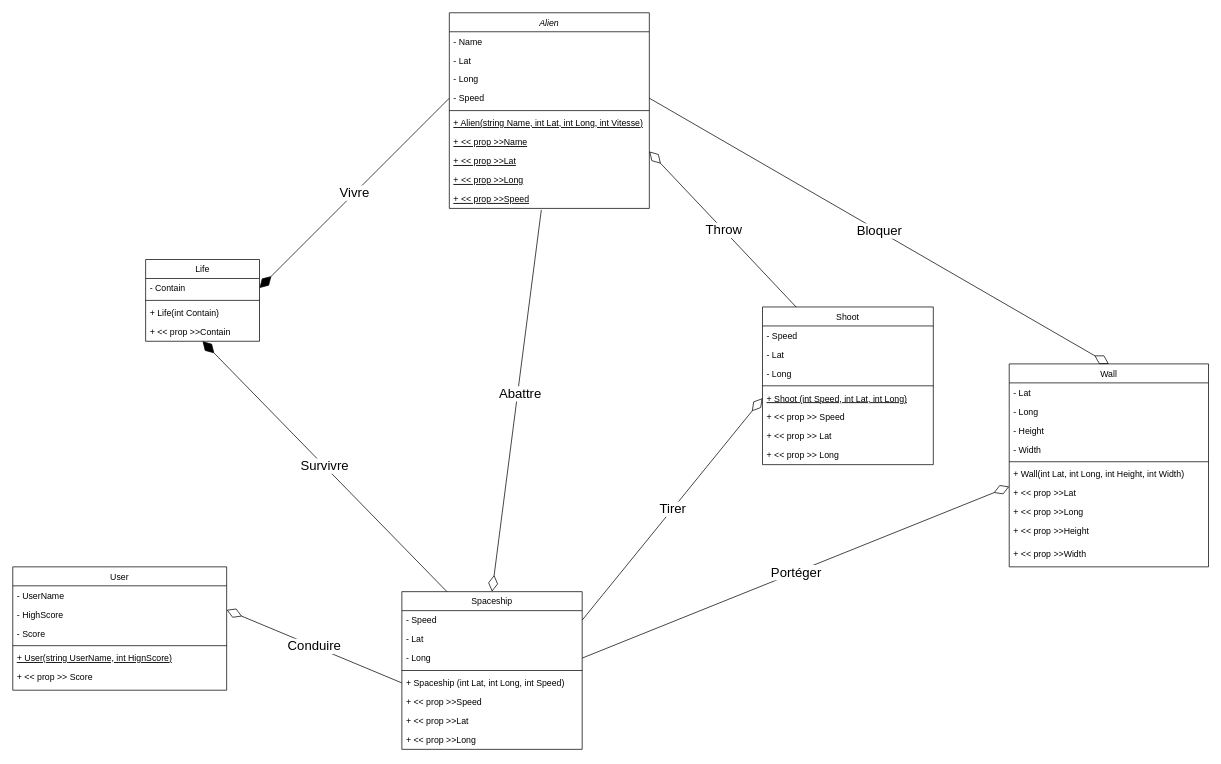
Before: Diagram_class.drawio in Dilan1008/SpaceInvader, a draw.io diagram. Source tidied: cells renumbered, new cells numbered last; positions are measured from the earlier drawing's top-left corner, leaving out a move shared by most shapes. Both pictures are drawn from the tidied source at 73%, with x=0, y=0 at pixel (12, 12).
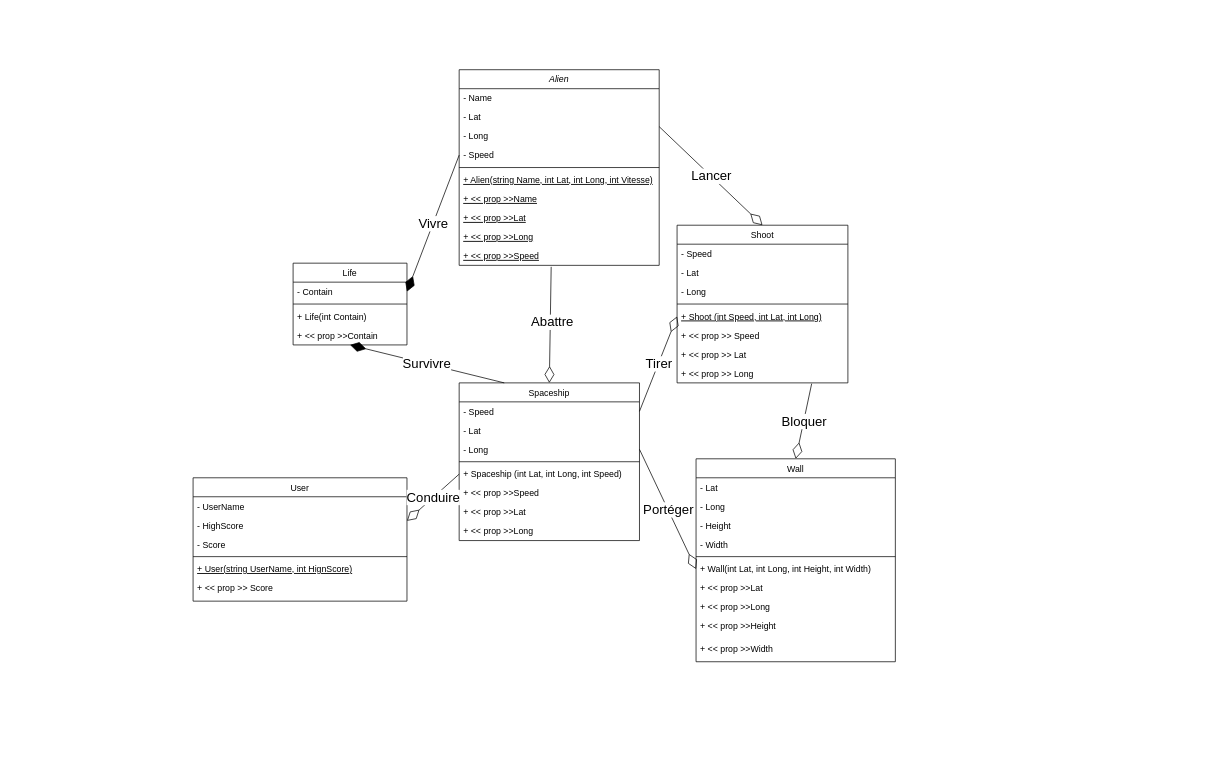
After the change.

Unchanged cells that the change refers to:
```xml
<mxCell id="6" value="- Speed" style="text;align=left;verticalAlign=top;spacingLeft=4;spacingRight=4;overflow=hidden;points=[[0,0.5],[1,0.5]];portConstraint=eastwest;rounded=0;shadow=0;html=0;" parent="2" vertex="1">
  <mxGeometry y="104" width="274" height="26" as="geometry" />
</mxCell>
<mxCell id="25" value="- Long" style="text;align=left;verticalAlign=top;spacingLeft=4;spacingRight=4;overflow=hidden;points=[[0,0.5],[1,0.5]];portConstraint=eastwest;rounded=0;shadow=0;html=0;" parent="22" vertex="1">
  <mxGeometry y="78" width="247" height="26" as="geometry" />
</mxCell>
<mxCell id="42" value="+ Wall(int Lat, int Long, int Height, int Width)" style="text;align=left;verticalAlign=top;spacingLeft=4;spacingRight=4;overflow=hidden;points=[[0,0.5],[1,0.5]];portConstraint=eastwest;" parent="36" vertex="1">
  <mxGeometry y="138" width="273" height="26" as="geometry" />
</mxCell>
<mxCell id="64" value="+ &lt;&lt; prop &gt;&gt; Long" style="text;align=left;verticalAlign=top;spacingLeft=4;spacingRight=4;overflow=hidden;points=[[0,0.5],[1,0.5]];portConstraint=eastwest;" parent="56" vertex="1">
  <mxGeometry y="190" width="234" height="26" as="geometry" />
</mxCell>
```

The edit, as a diff of the source:
```diff
@@
     <mxCell id="2" value="Alien" style="swimlane;fontStyle=2;align=center;verticalAlign=top;horizontal=1;startSize=26;rounded=0;shadow=0;strokeWidth=1;" parent="1" vertex="1">
-      <mxGeometry x="598" width="274" height="268" as="geometry" />
+      <mxGeometry x="611.5" y="78" width="274" height="268" as="geometry" />
     </mxCell>
@@
-    <mxCell id="13" style="endArrow=diamondThin;html=1;rounded=0;fontSize=18;exitX=0.201;exitY=0.005;exitDx=0;exitDy=0;entryX=0;entryY=0.5;entryDx=0;entryDy=0;endFill=0;startArrow=none;startFill=0;endSize=20;startSize=20;exitPerimeter=0;" parent="2" edge="1" source="56">
-      <mxGeometry relative="1" as="geometry">
-        <mxPoint x="274" y="190" as="targetPoint" />
-        <Array as="points">
-          <mxPoint x="377" y="299" />
-        </Array>
-      </mxGeometry>
-    </mxCell>
-    <mxCell id="14" value="Throw" style="edgeLabel;html=1;align=center;verticalAlign=middle;fontSize=18;" parent="13" vertex="1">
-      <mxGeometry relative="1" as="geometry" />
-    </mxCell>
     <mxCell id="15" value="User" style="swimlane;fontStyle=0;align=center;verticalAlign=top;horizontal=1;startSize=26;rounded=0;shadow=0;strokeWidth=1;" parent="1" vertex="1">
-      <mxGeometry y="759" width="293" height="169" as="geometry" />
+      <mxGeometry x="247" y="637" width="293" height="169" as="geometry" />
     </mxCell>
@@
     <mxCell id="22" value="Spaceship" style="swimlane;fontStyle=0;align=center;verticalAlign=top;horizontal=1;startSize=26;rounded=0;shadow=0;strokeWidth=1;" parent="1" vertex="1">
-      <mxGeometry x="533" y="793" width="247" height="216" as="geometry" />
+      <mxGeometry x="611.5" y="507" width="247" height="216" as="geometry" />
     </mxCell>
@@
     <mxCell id="31" value="Life" style="swimlane;fontStyle=0;align=center;verticalAlign=top;horizontal=1;startSize=26;rounded=0;shadow=0;strokeWidth=1;" parent="1" vertex="1">
-      <mxGeometry x="182" y="338" width="156" height="112" as="geometry" />
+      <mxGeometry x="384" y="343" width="156" height="112" as="geometry" />
     </mxCell>
@@
     <mxCell id="36" value="Wall" style="swimlane;fontStyle=0;align=center;verticalAlign=top;horizontal=1;startSize=26;rounded=0;shadow=0;strokeWidth=1;" parent="1" vertex="1">
-      <mxGeometry x="1365" y="481" width="273" height="278" as="geometry" />
+      <mxGeometry x="936" y="611" width="273" height="278" as="geometry" />
     </mxCell>
@@
-    <mxCell id="48" style="endArrow=none;html=1;rounded=0;fontSize=18;exitX=0.5;exitY=0;exitDx=0;exitDy=0;entryX=1;entryY=0.5;entryDx=0;entryDy=0;endFill=0;startArrow=diamondThin;startFill=0;endSize=6;startSize=20;fontStyle=1;" parent="1" edge="1" source="36" target="6">
+    <mxCell id="48" style="endArrow=none;html=1;rounded=0;fontSize=18;exitX=0.5;exitY=0;exitDx=0;exitDy=0;endFill=0;startArrow=diamondThin;startFill=0;endSize=6;startSize=20;fontStyle=1;entryX=0.788;entryY=1.041;entryDx=0;entryDy=0;entryPerimeter=0;" parent="1" edge="1" source="36" target="64">
       <mxGeometry relative="1" as="geometry" />
     </mxCell>
@@
-    <mxCell id="54" style="endArrow=diamondThin;html=1;rounded=0;fontSize=18;exitX=1;exitY=0.5;exitDx=0;exitDy=0;entryX=0;entryY=0.5;entryDx=0;entryDy=0;endFill=0;startArrow=none;startFill=0;endSize=20;startSize=20;" parent="1" edge="1" source="25">
-      <mxGeometry relative="1" as="geometry">
-        <mxPoint x="1365" y="649" as="targetPoint" />
-      </mxGeometry>
+    <mxCell id="54" style="endArrow=diamondThin;html=1;rounded=0;fontSize=18;exitX=1;exitY=0.5;exitDx=0;exitDy=0;entryX=0;entryY=0.5;entryDx=0;entryDy=0;endFill=0;startArrow=none;startFill=0;endSize=20;startSize=20;" parent="1" edge="1" source="25" target="42">
+      <mxGeometry relative="1" as="geometry" />
     </mxCell>
@@
     <mxCell id="56" value="Shoot" style="swimlane;fontStyle=0;align=center;verticalAlign=top;horizontal=1;startSize=26;rounded=0;shadow=0;strokeWidth=1;" parent="1" vertex="1">
-      <mxGeometry x="1027" y="403" width="234" height="216" as="geometry" />
+      <mxGeometry x="910" y="291" width="234" height="216" as="geometry" />
     </mxCell>
@@
+    <mxCell id="67" style="endArrow=diamondThin;html=1;rounded=0;fontSize=18;exitX=1;exitY=0.5;exitDx=0;exitDy=0;entryX=0.5;entryY=0;entryDx=0;entryDy=0;endFill=0;startArrow=none;startFill=0;endSize=20;startSize=20;" parent="1" edge="1" target="56">
+      <mxGeometry relative="1" as="geometry">
+        <mxPoint x="885.5" y="156" as="sourcePoint" />
+      </mxGeometry>
+    </mxCell>
+    <mxCell id="68" value="Lancer" style="edgeLabel;html=1;align=center;verticalAlign=middle;fontSize=18;" parent="67" vertex="1">
+      <mxGeometry relative="1" as="geometry" />
+    </mxCell>
```
